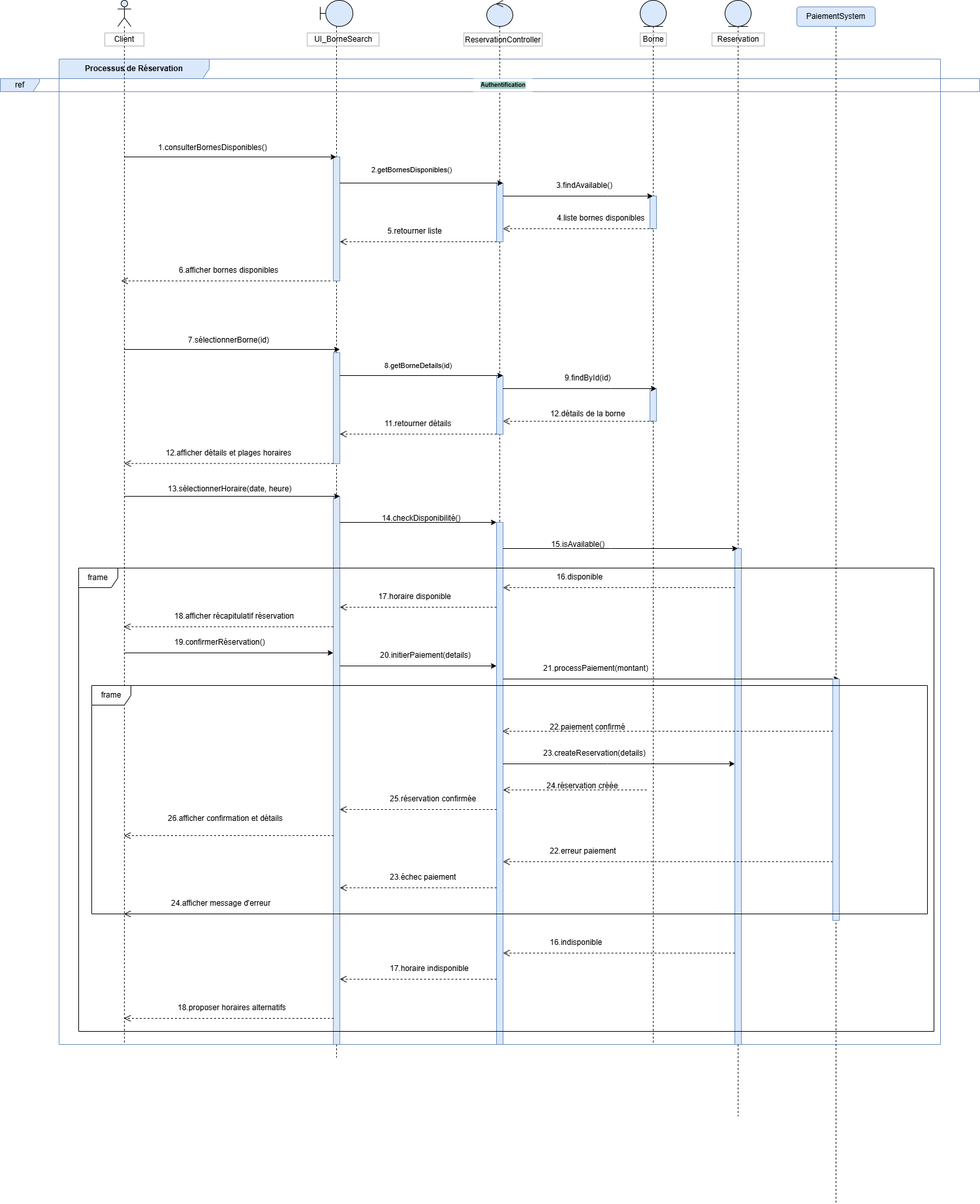
The draw.io diagram Diag seq reservation borne.drawio.png in achreffakraoui/Projet-uml, before a commit. Source tidied: cells renumbered, new cells last; positions are measured from the earlier drawing's top-left corner, leaving out a move shared by most shapes.
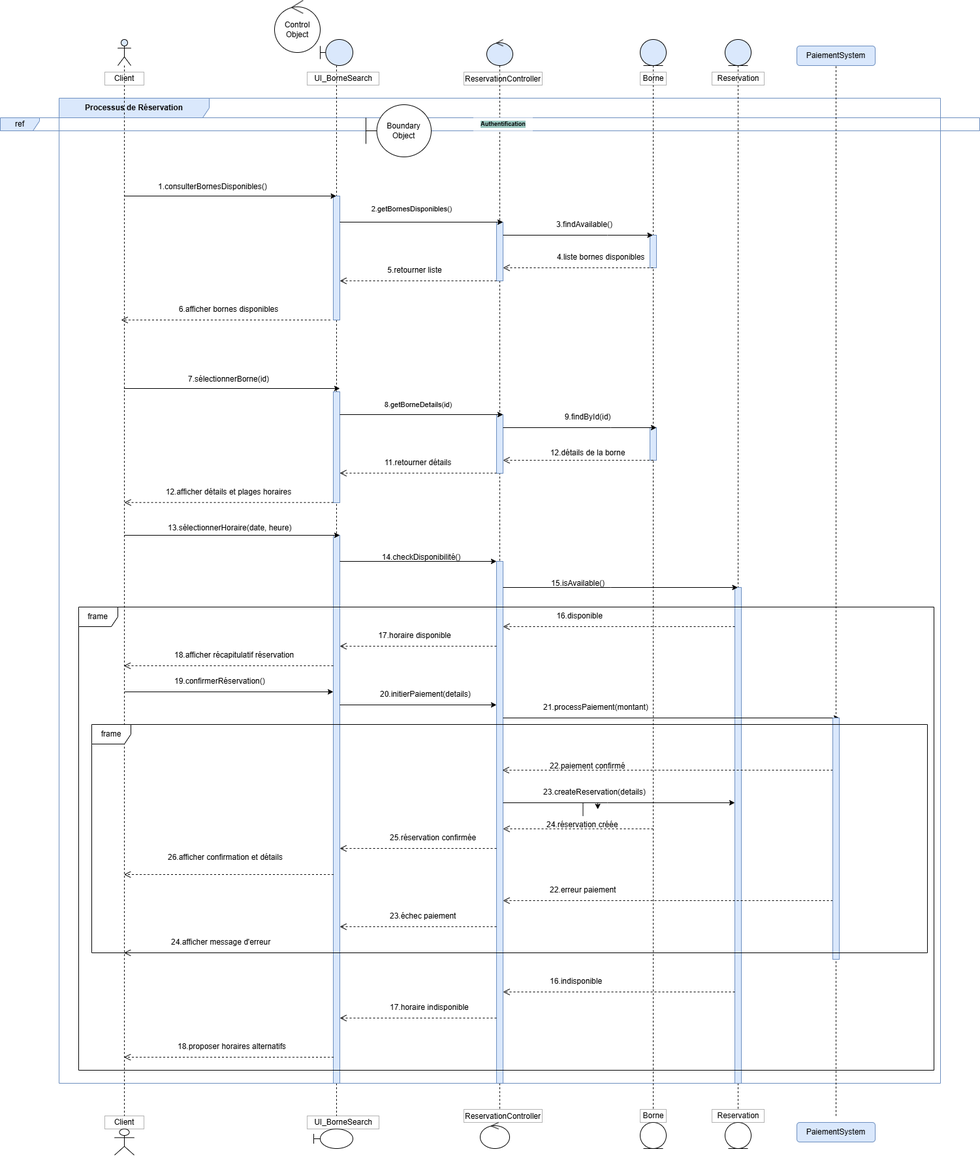
After the commit.

Commit message:
Mettre à jour Diag seq reservation borne.drawio.png

What changed in the source:
```diff
@@ -6,13 +6,13 @@
       <mxGeometry x="90" y="90" width="1350" height="1510" as="geometry" />
     </mxCell>
     <mxCell id="3" style="shape=umlLifeline;perimeter=lifelinePerimeter;whiteSpace=wrap;html=1;outlineConnect=0;portConstraint=eastwest;newEdgeStyle={&quot;curved&quot;:0,&quot;rounded&quot;:0};participant=umlActor;fillColor=#dae8fc;strokeColor=default;" parent="1" vertex="1">
-      <mxGeometry x="180" width="20" height="1600" as="geometry" />
+      <mxGeometry x="180" width="20" height="1650" as="geometry" />
     </mxCell>
     <mxCell id="4" value="Client " style="whiteSpace=wrap;opacity=30;gradientColor=none;fillColor=default;fillStyle=auto;rounded=0;" parent="1" vertex="1">
       <mxGeometry x="160" y="50" width="60" height="20" as="geometry" />
     </mxCell>
     <mxCell id="5" style="shape=umlLifeline;perimeter=lifelinePerimeter;whiteSpace=wrap;html=1;outlineConnect=0;portConstraint=eastwest;newEdgeStyle={&quot;curved&quot;:0,&quot;rounded&quot;:0};participant=umlBoundary;fillColor=#dae8fc;strokeColor=default;size=40;" parent="1" vertex="1">
-      <mxGeometry x="490" width="50" height="1620" as="geometry" />
+      <mxGeometry x="490" width="50" height="1650" as="geometry" />
     </mxCell>
     <mxCell id="6" style="html=1;perimeter=orthogonalPerimeter;targetShapes=umlLifeline;newEdgeStyle={&quot;curved&quot;:0,&quot;rounded&quot;:0};fillColor=#dae8fc;strokeColor=#6c8ebf;" parent="5" vertex="1">
       <mxGeometry x="20" y="240" width="10" height="190" as="geometry" />
@@ -27,7 +27,7 @@
       <mxGeometry x="470" y="50" width="110" height="20" as="geometry" />
     </mxCell>
     <mxCell id="10" style="shape=umlLifeline;perimeter=lifelinePerimeter;whiteSpace=wrap;html=1;newEdgeStyle={&quot;curved&quot;:0,&quot;rounded&quot;:0};participant=umlControl;fillColor=#dae8fc;strokeColor=default;" parent="1" vertex="1">
-      <mxGeometry x="745" width="40" height="1600" as="geometry" />
+      <mxGeometry x="745" width="40" height="1640" as="geometry" />
     </mxCell>
     <mxCell id="11" style="html=1;points=[[0,0,0,0,5],[0,1,0,0,-5],[1,0,0,0,5],[1,1,0,0,-5]];perimeter=orthogonalPerimeter;outlineConnect=0;targetShapes=umlLifeline;portConstraint=eastwest;newEdgeStyle={&quot;curved&quot;:0,&quot;rounded&quot;:0};fillColor=#dae8fc;strokeColor=#6c8ebf;" parent="10" vertex="1">
       <mxGeometry x="15" y="280" width="10" height="90" as="geometry" />
@@ -42,7 +42,7 @@
       <mxGeometry x="710" y="50" width="120" height="20" as="geometry" />
     </mxCell>
     <mxCell id="15" style="shape=umlLifeline;perimeter=lifelinePerimeter;whiteSpace=wrap;html=1;outlineConnect=0;portConstraint=eastwest;newEdgeStyle={&quot;curved&quot;:0,&quot;rounded&quot;:0};participant=umlEntity;fillColor=#dae8fc;strokeColor=default;" parent="1" vertex="1">
-      <mxGeometry x="980" width="40" height="1600" as="geometry" />
+      <mxGeometry x="980" width="40" height="1640" as="geometry" />
     </mxCell>
     <mxCell id="16" style="html=1;perimeter=orthogonalPerimeter;targetShapes=umlLifeline;newEdgeStyle={&quot;curved&quot;:0,&quot;rounded&quot;:0};fillColor=#dae8fc;strokeColor=#6c8ebf;" parent="15" vertex="1">
       <mxGeometry x="15" y="300" width="10" height="50" as="geometry" />
@@ -51,7 +51,7 @@
       <mxGeometry x="15" y="595" width="10" height="50" as="geometry" />
     </mxCell>
     <mxCell id="18" style="shape=umlLifeline;perimeter=lifelinePerimeter;whiteSpace=wrap;html=1;outlineConnect=0;portConstraint=eastwest;newEdgeStyle={&quot;curved&quot;:0,&quot;rounded&quot;:0};participant=umlEntity;fillColor=#dae8fc;strokeColor=default;" parent="1" vertex="1">
-      <mxGeometry x="1110" width="40" height="1710" as="geometry" />
+      <mxGeometry x="1110" width="40" height="1640" as="geometry" />
     </mxCell>
     <mxCell id="19" style="html=1;points=[[0,0,0,0,5],[0,1,0,0,-5],[1,0,0,0,5],[1,1,0,0,-5]];perimeter=orthogonalPerimeter;outlineConnect=0;targetShapes=umlLifeline;portConstraint=eastwest;newEdgeStyle={&quot;curved&quot;:0,&quot;rounded&quot;:0};fillColor=#dae8fc;strokeColor=#6c8ebf;" parent="18" vertex="1">
       <mxGeometry x="15" y="840" width="10" height="760" as="geometry" />
@@ -284,13 +284,16 @@
     </mxCell>
     <mxCell id="69" value="&lt;p&gt;&lt;br&gt;&lt;/p&gt;" style="html=1;verticalAlign=bottom;endArrow=open;dashed=1;endSize=8;curved=0;rounded=0;" parent="1" edge="1">
       <mxGeometry x="-1" y="180" relative="1" as="geometry">
-        <mxPoint x="990" y="1210" as="sourcePoint" />
+        <mxPoint x="1000" y="1210" as="sourcePoint" />
         <mxPoint x="770" y="1210" as="targetPoint" />
         <mxPoint x="10" as="offset" />
       </mxGeometry>
     </mxCell>
+    <mxCell id="92" style="edgeStyle=orthogonalEdgeStyle;rounded=0;jettySize=auto;html=1;" parent="1" edge="1" source="70" target="68">
+      <mxGeometry relative="1" as="geometry" />
+    </mxCell>
     <mxCell id="70" value="24.réservation créée" style="text;whiteSpace=wrap;html=1;" parent="1" vertex="1">
-      <mxGeometry x="835" y="1190" width="130" height="40" as="geometry" />
+      <mxGeometry x="835" y="1190" width="115" height="40" as="geometry" />
     </mxCell>
     <mxCell id="71" value="&lt;p&gt;&lt;br&gt;&lt;/p&gt;" style="html=1;verticalAlign=bottom;endArrow=open;dashed=1;endSize=8;curved=0;rounded=0;" parent="1" edge="1">
       <mxGeometry x="-1" y="180" relative="1" as="geometry">
@@ -378,7 +381,7 @@
     </mxCell>
     <mxCell id="89" style="endArrow=none;dashed=1;html=1;rounded=0;entryX=0.5;entryY=1;entryDx=0;entryDy=0;" parent="1" edge="1" target="90">
       <mxGeometry relative="1" as="geometry">
-        <mxPoint x="1280" y="1842.4" as="sourcePoint" />
+        <mxPoint x="1280" y="1650" as="sourcePoint" />
       </mxGeometry>
     </mxCell>
     <mxCell id="90" style="html=1;points=[[0,0,0,0,5],[0,1,0,0,-5],[1,0,0,0,5],[1,1,0,0,-5]];perimeter=orthogonalPerimeter;outlineConnect=0;targetShapes=umlLifeline;portConstraint=eastwest;newEdgeStyle={&quot;curved&quot;:0,&quot;rounded&quot;:0};fillColor=#dae8fc;strokeColor=#6c8ebf;" parent="1" vertex="1">
@@ -387,5 +390,44 @@
     <mxCell id="91" value="frame" style="shape=umlFrame;whiteSpace=wrap;html=1;" parent="1" vertex="1">
       <mxGeometry x="140" y="1050" width="1280" height="350" as="geometry" />
     </mxCell>
+    <mxCell id="93" style="shape=umlActor;verticalLabelPosition=top;verticalAlign=bottom;labelPosition=center;align=center;whiteSpace=wrap;html=1;" parent="1" vertex="1">
+      <mxGeometry x="175" y="1670" width="30" height="40" as="geometry" />
+    </mxCell>
+    <mxCell id="94" value="Client " style="whiteSpace=wrap;opacity=30;gradientColor=none;fillColor=default;fillStyle=auto;rounded=0;" parent="1" vertex="1">
+      <mxGeometry x="160" y="1650" width="60" height="20" as="geometry" />
+    </mxCell>
+    <mxCell id="95" style="shape=umlBoundary;whiteSpace=wrap;html=1;" parent="1" vertex="1">
+      <mxGeometry x="480" y="1670" width="60" height="30" as="geometry" />
+    </mxCell>
+    <mxCell id="96" value="UI_BorneSearch" style="opacity=30;gradientColor=none;fillColor=default;fillStyle=auto;rounded=0;html=1;" parent="1" vertex="1">
+      <mxGeometry x="470" y="1650" width="110" height="20" as="geometry" />
+    </mxCell>
+    <mxCell id="97" value="Control Object" style="ellipse;shape=umlControl;whiteSpace=wrap;html=1;" parent="1" vertex="1">
+      <mxGeometry x="420" y="-60" width="70" height="80" as="geometry" />
+    </mxCell>
+    <mxCell id="98" style="ellipse;shape=umlControl;whiteSpace=wrap;html=1;" parent="1" vertex="1">
+      <mxGeometry x="735" y="1660" width="45" height="40" as="geometry" />
+    </mxCell>
+    <mxCell id="99" value="ReservationController" style="opacity=30;gradientColor=none;fillColor=default;fillStyle=auto;rounded=0;" parent="1" vertex="1">
+      <mxGeometry x="710" y="1640" width="120" height="20" as="geometry" />
+    </mxCell>
+    <mxCell id="100" value="Boundary Object" style="shape=umlBoundary;whiteSpace=wrap;html=1;" parent="1" vertex="1">
+      <mxGeometry x="560" y="100" width="100" height="80" as="geometry" />
+    </mxCell>
+    <mxCell id="101" style="ellipse;shape=umlEntity;whiteSpace=wrap;html=1;" parent="1" vertex="1">
+      <mxGeometry x="980" y="1660" width="40" height="40" as="geometry" />
+    </mxCell>
+    <mxCell id="102" value="&lt;br&gt; Borne&lt;br&gt;&lt;br&gt;" style="opacity=30;gradientColor=none;fillColor=default;fillStyle=auto;rounded=0;html=1;" parent="1" vertex="1">
+      <mxGeometry x="980" y="1640" width="40" height="20" as="geometry" />
+    </mxCell>
+    <mxCell id="103" style="ellipse;shape=umlEntity;whiteSpace=wrap;html=1;" parent="1" vertex="1">
+      <mxGeometry x="1110" y="1660" width="40" height="40" as="geometry" />
+    </mxCell>
+    <mxCell id="104" value="&lt;br&gt;Reservation&lt;br&gt;&lt;br&gt;" style="opacity=30;gradientColor=none;fillColor=default;fillStyle=auto;rounded=0;html=1;" parent="1" vertex="1">
+      <mxGeometry x="1090" y="1640" width="80" height="20" as="geometry" />
+    </mxCell>
+    <mxCell id="105" value="PaiementSystem" style="rounded=1;whiteSpace=wrap;fillColor=#dae8fc;strokeColor=#6c8ebf;" parent="1" vertex="1">
+      <mxGeometry x="1220" y="1660" width="120" height="30" as="geometry" />
+    </mxCell>
   </root>
 </mxGraphModel>
```
